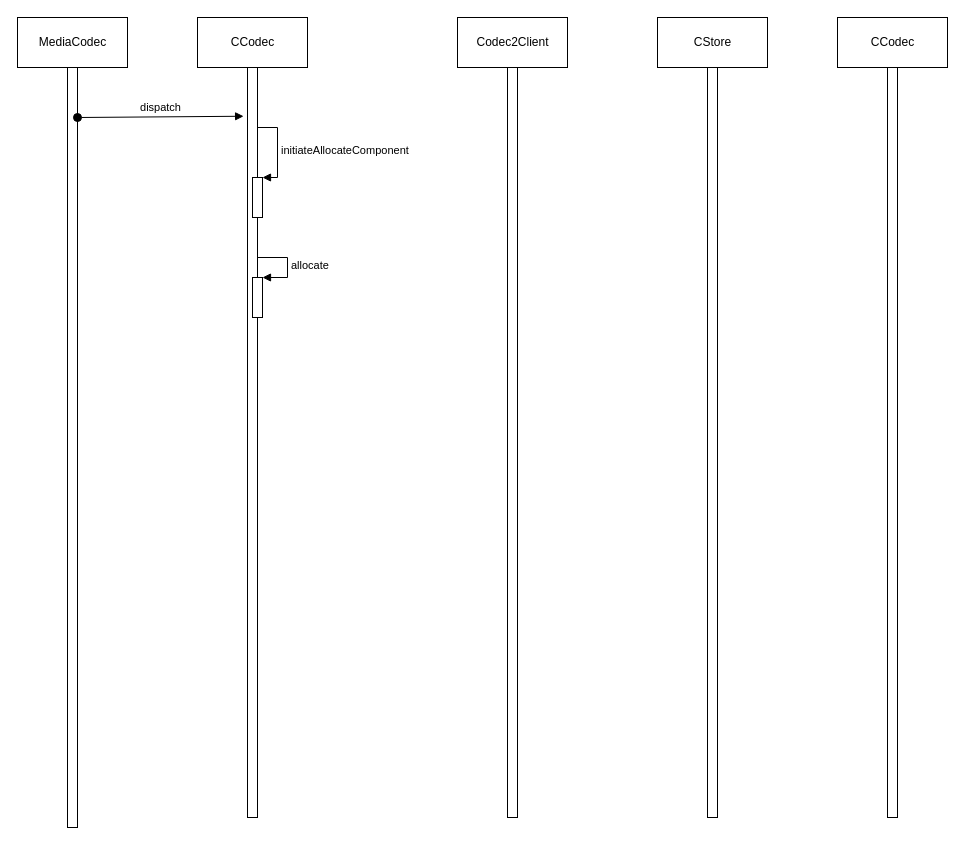
gogoDoPeter/testGit keeps this draw.io diagram as 未命名绘图.drawio. Above is the earlier version. Source tidied: cells renumbered, new cells numbered last; positions are measured from the earlier drawing's top-left corner, leaving out a move shared by most shapes. Both pictures are drawn from the tidied source at 100%, with x=0, y=0 at pixel (17, 17).
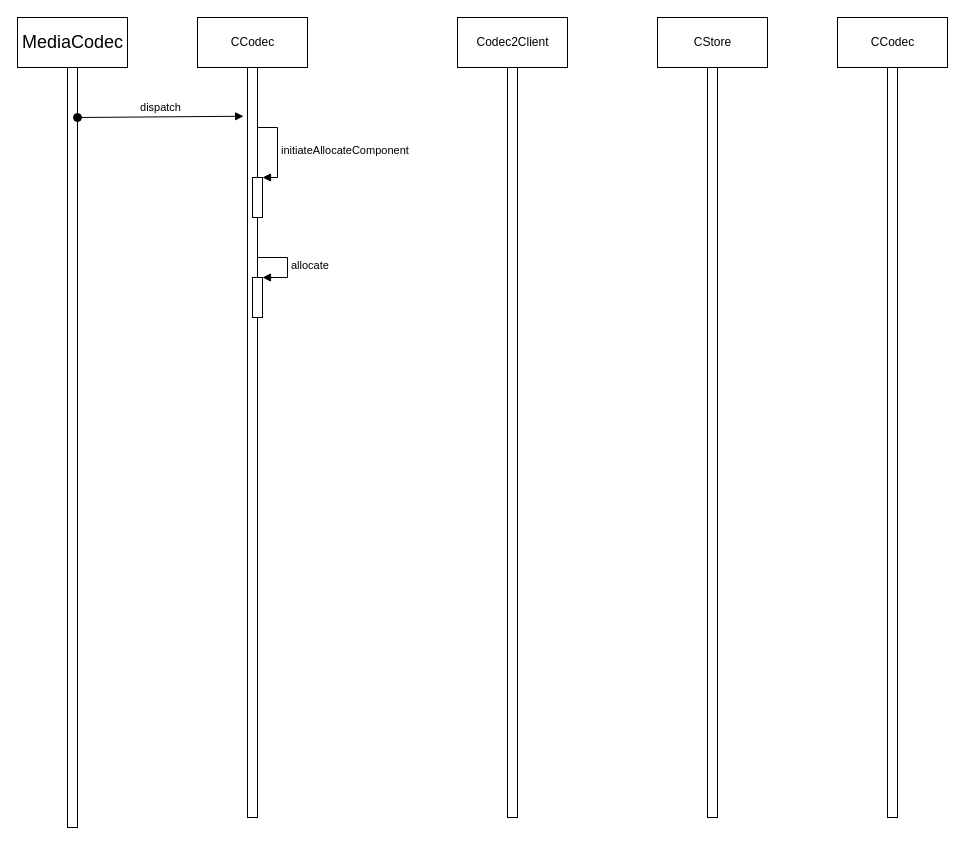
The same diagram, later.

What changed in the source:
```diff
@@
-    <mxCell id="2" value="MediaCodec" style="html=1;" parent="1" vertex="1">
+    <mxCell id="2" value="&lt;font style=&quot;font-size: 18px;&quot;&gt;MediaCodec&lt;/font&gt;" style="html=1;" parent="1" vertex="1">
       <mxGeometry width="110" height="50" as="geometry" />
     </mxCell>
```
